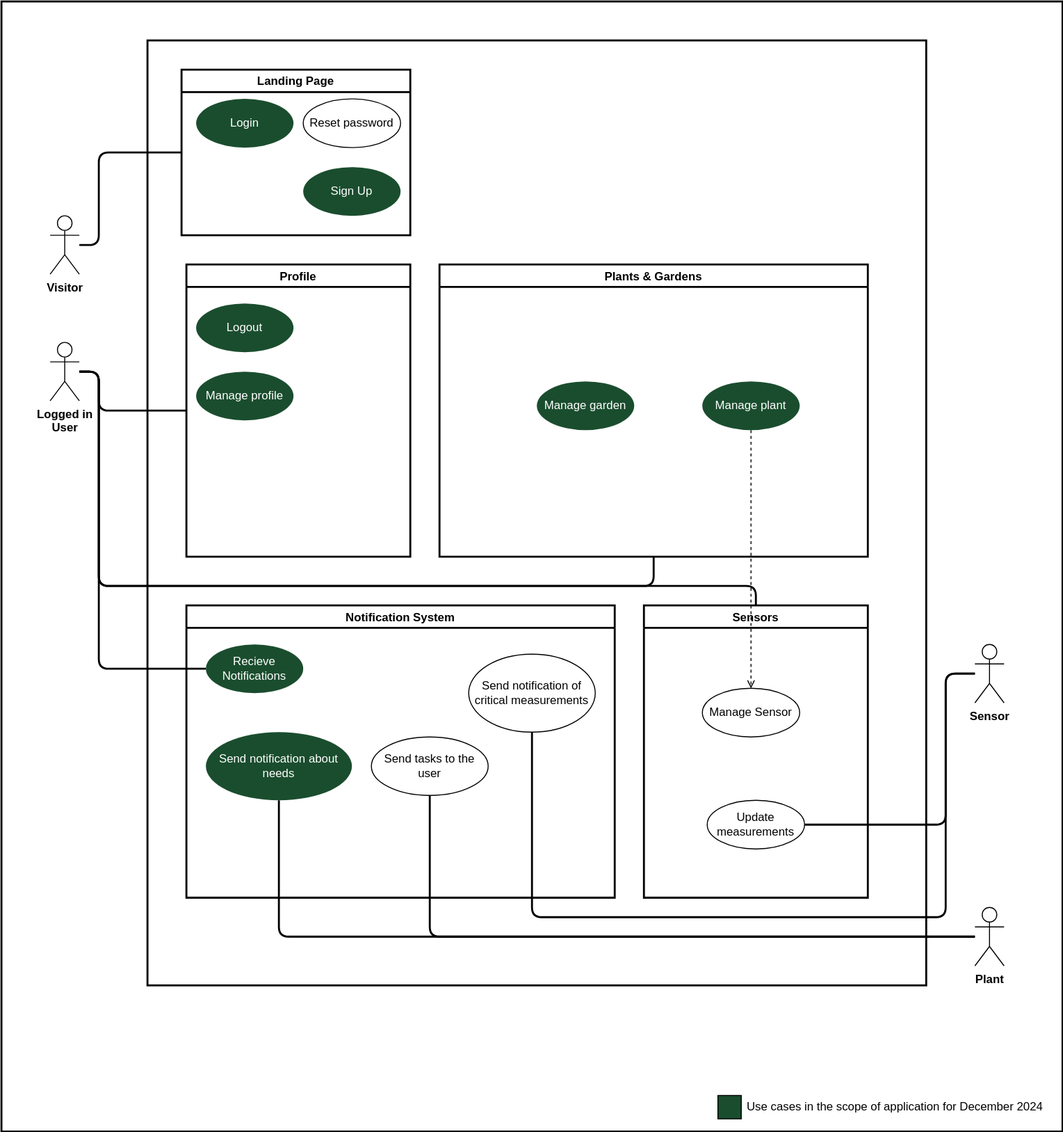
The draw.io diagram docs/assets/svg/GreenFingersUsecases.drawio.svg in Green-Fingers-App/gardeningApp, before a commit. Source tidied: cells renumbered, new cells last; positions are measured from the earlier drawing's top-left corner, leaving out a move shared by most shapes.
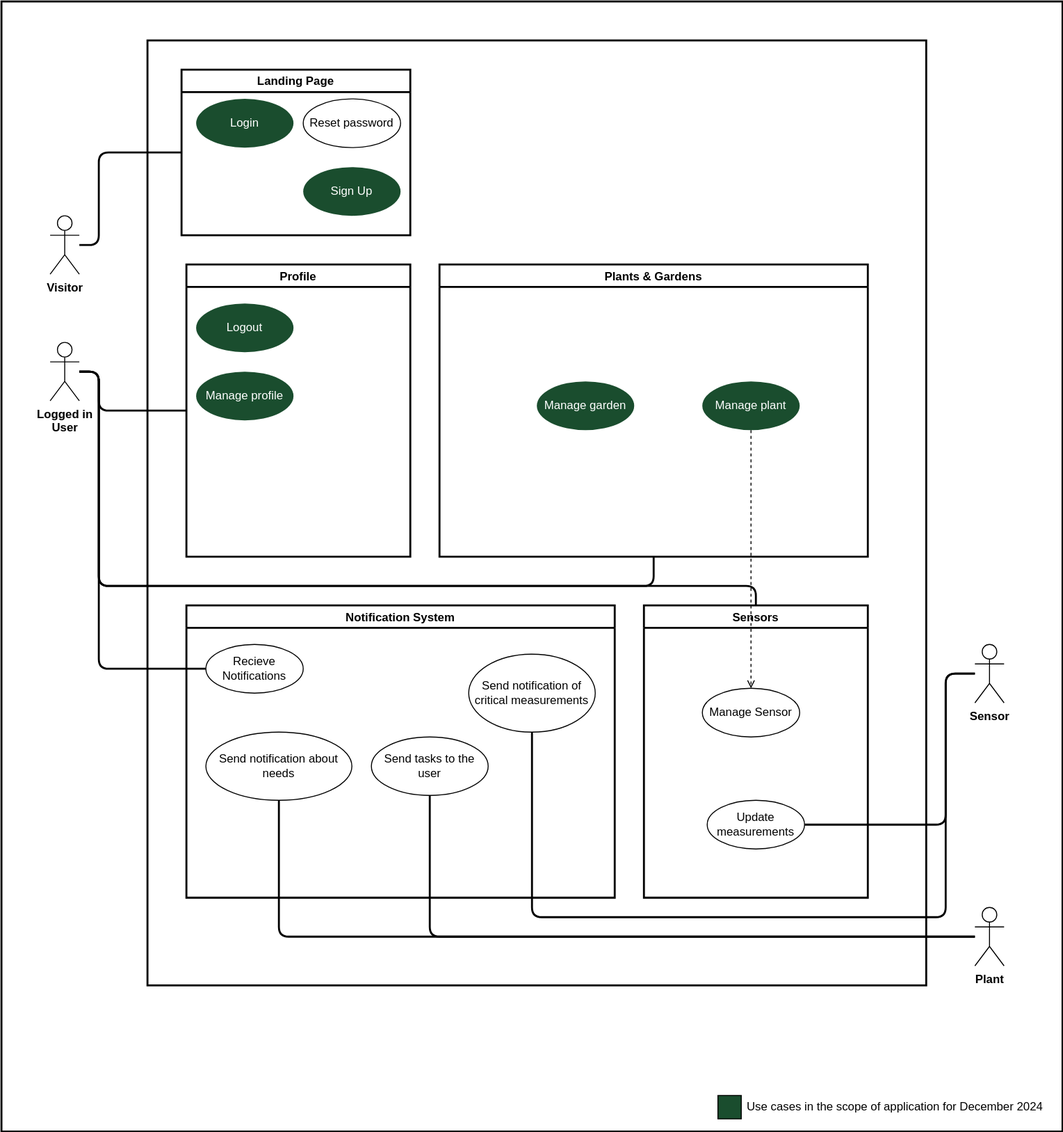
The same file after the commit.

Commit message:
Update UCD to our new goal

The edit, as a diff of the source:
```diff
@@ -125,7 +125,7 @@
     <mxCell id="27" value="Sign Up" style="ellipse;whiteSpace=wrap;html=1;verticalAlign=middle;strokeColor=none;align=center;fontFamily=Helvetica;fontSize=12;fontColor=#FFFFFF;fillColor=#1A4D2E;" parent="1" vertex="1">
       <mxGeometry x="310" y="170" width="100" height="50" as="geometry" />
     </mxCell>
-    <mxCell id="28" value="Recieve Notifications" style="ellipse;whiteSpace=wrap;html=1;verticalAlign=middle;fillColor=#1A4D2E;fontColor=#FFFFFF;strokeColor=none;" parent="1" vertex="1">
+    <mxCell id="28" value="Recieve Notifications" style="ellipse;whiteSpace=wrap;html=1;verticalAlign=middle;fillColor=#FFFFFF;fontColor=#000000;strokeColor=default;" parent="1" vertex="1">
       <mxGeometry x="210" y="660" width="100" height="50" as="geometry" />
     </mxCell>
     <mxCell id="29" value="Sensors" style="swimlane;strokeColor=#000000;strokeWidth=2;fillColor=#FFFFFF;fontColor=#000000;" parent="1" vertex="1">
@@ -134,7 +134,7 @@
     <mxCell id="30" value="Manage Sensor" style="ellipse;whiteSpace=wrap;html=1;verticalAlign=middle;fontColor=#000000;fillColor=#FFFFFF;strokeColor=#000000;" parent="29" vertex="1">
       <mxGeometry x="60" y="85" width="100" height="50" as="geometry" />
     </mxCell>
-    <mxCell id="31" value="&lt;font color=&quot;#ffffff&quot;&gt;Send notification about needs&lt;/font&gt;" style="ellipse;whiteSpace=wrap;html=1;verticalAlign=middle;fontColor=#000000;fillColor=#1A4D2E;strokeColor=none;" parent="1" vertex="1">
+    <mxCell id="31" value="&lt;font&gt;Send notification about needs&lt;/font&gt;" style="ellipse;whiteSpace=wrap;html=1;verticalAlign=middle;fontColor=#000000;fillColor=#FFFFFF;strokeColor=default;" parent="1" vertex="1">
       <mxGeometry x="210" y="750" width="150" height="70" as="geometry" />
     </mxCell>
     <mxCell id="32" value="Update measurements" style="ellipse;whiteSpace=wrap;html=1;verticalAlign=middle;fontColor=#000000;fillColor=#FFFFFF;strokeColor=#000000;" parent="1" vertex="1">
```
